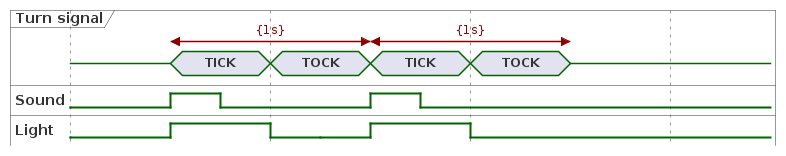
Earlier version of the PlantUML export puml/png/tick_tock.png (cygni/cts2023-turn-cygnicator). Source of this version:
```plantuml
@startuml

hide time-axis
scale 100 as 200 pixels
concise "Turn signal" as turn
binary "Sound" as sound
binary "Light" as light

@0
turn is {-}
sound is LOW
light is LOW

@50
@50 <-> @+100 : {1s}
turn is "TICK"
sound is HIGH
light is HIGH

@75
sound is LOW

@100
turn is "TOCK"
light is LOW

@125
light is LOW

@150
@150 <-> @+100 : {1s}
turn is "TICK"
sound is HIGH
light is HIGH

@175
sound is LOW

@200
turn is "TOCK"
light is LOW

@250
turn is {-}

@enduml
```
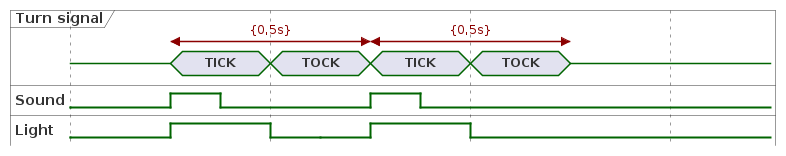
The same diagram one commit later.

The edit, as a diff of the source:
```diff
@@ -12,7 +12,7 @@
 light is LOW
 
 @50
-@50 <-> @+100 : {1s}
+@50 <-> @+100 : {0,5s}
 turn is "TICK"
 sound is HIGH
 light is HIGH
@@ -28,7 +28,7 @@
 light is LOW
 
 @150
-@150 <-> @+100 : {1s}
+@150 <-> @+100 : {0,5s}
 turn is "TICK"
 sound is HIGH
 light is HIGH
```
